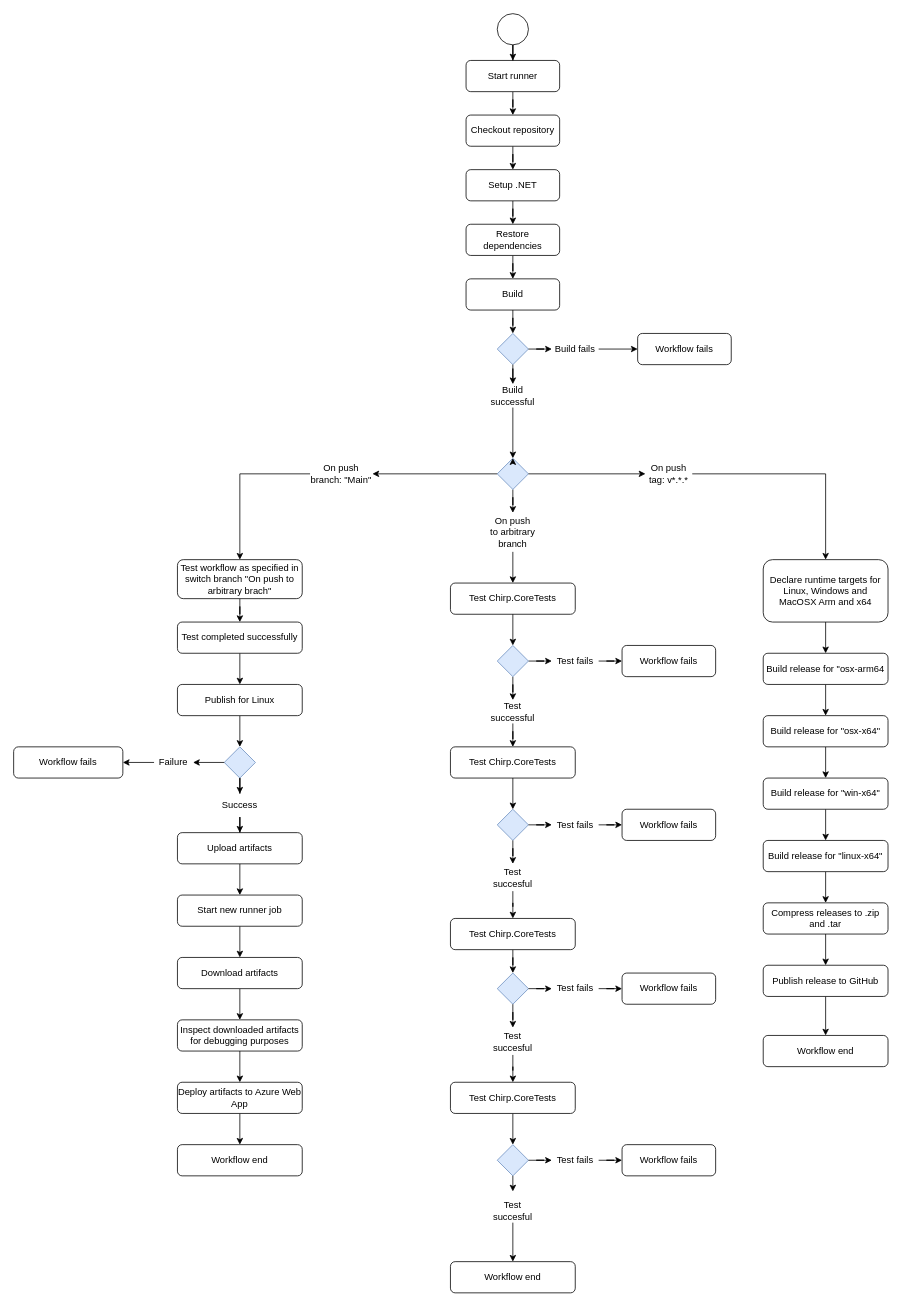
Before: docs/diagrams/WorkflowDiagram.drawio in ITU-BDSA-GROUP-20/Chirp, a draw.io diagram. Source tidied: cells renumbered, new cells numbered last; positions are measured from the earlier drawing's top-left corner, leaving out a move shared by most shapes. Both pictures are drawn from the tidied source at 78%, with x=0, y=0 at pixel (13, 13).
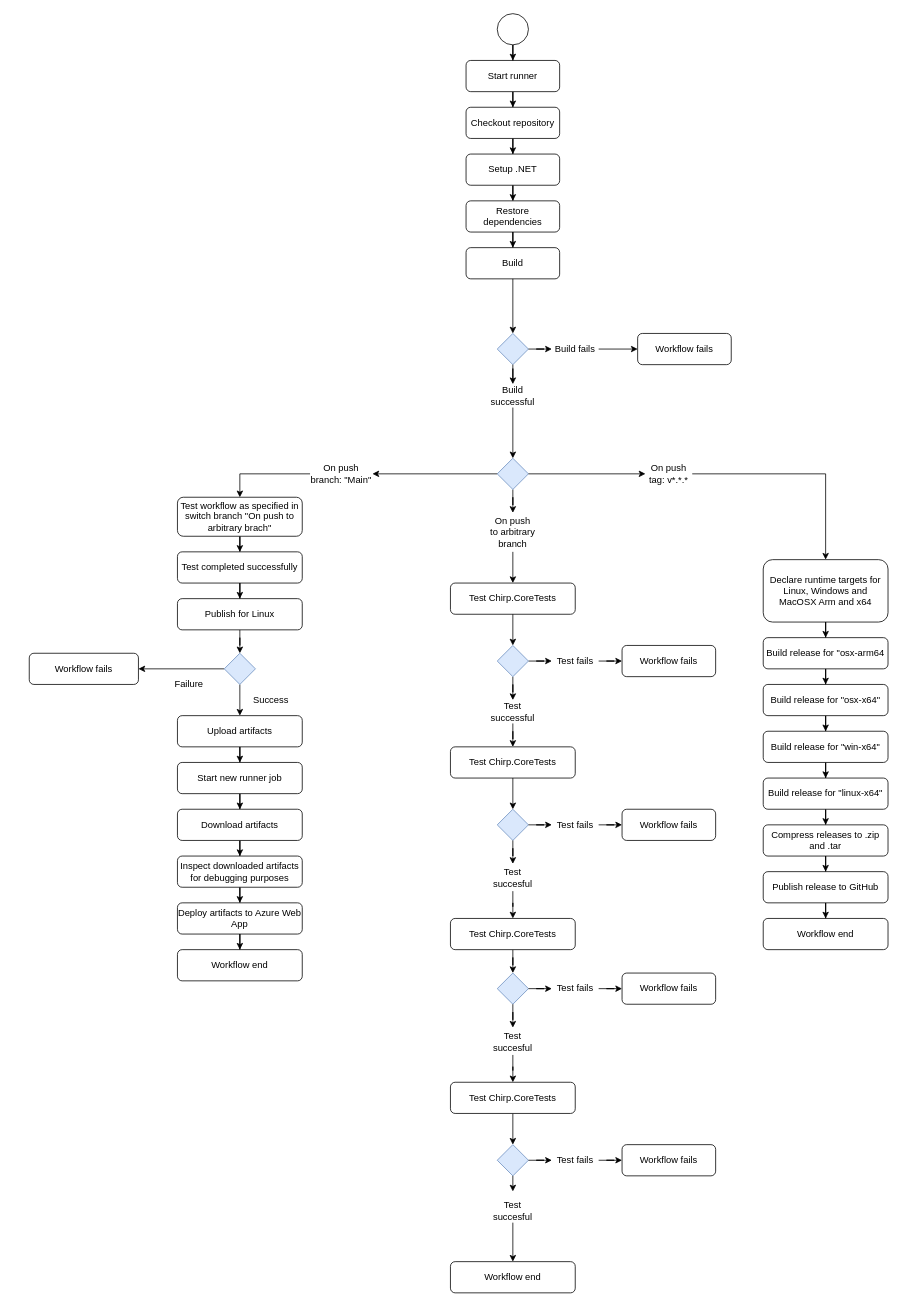
The same diagram, later.

The change refers to these unchanged cells:
```xml
<mxCell id="7" style="rhombus;whiteSpace=wrap;html=1;fillColor=#dae8fc;strokeColor=#6c8ebf;flipV=0;" parent="1" vertex="1">
  <mxGeometry x="620" y="570" width="40" height="40" as="geometry" />
</mxCell>
```

What changed in the source:
```diff
@@
     <mxCell id="17" value="Checkout repository" style="rounded=1;whiteSpace=wrap;html=1;fontSize=12;glass=0;strokeWidth=1;shadow=0;flipV=0;" parent="1" vertex="1">
-      <mxGeometry x="580" y="130" width="120" height="40" as="geometry" />
+      <mxGeometry x="580" y="120" width="120" height="40" as="geometry" />
     </mxCell>
@@
     <mxCell id="19" value="Setup .NET" style="rounded=1;whiteSpace=wrap;html=1;fontSize=12;glass=0;strokeWidth=1;shadow=0;flipV=0;" parent="1" vertex="1">
-      <mxGeometry x="580" y="200" width="120" height="40" as="geometry" />
+      <mxGeometry x="580" y="180" width="120" height="40" as="geometry" />
     </mxCell>
@@
     <mxCell id="21" value="Restore dependencies" style="rounded=1;whiteSpace=wrap;html=1;fontSize=12;glass=0;strokeWidth=1;shadow=0;flipV=0;" parent="1" vertex="1">
-      <mxGeometry x="580" y="270" width="120" height="40" as="geometry" />
+      <mxGeometry x="580" y="240" width="120" height="40" as="geometry" />
     </mxCell>
     <mxCell id="22" value="Build" style="rounded=1;whiteSpace=wrap;html=1;fontSize=12;glass=0;strokeWidth=1;shadow=0;flipV=0;" parent="1" vertex="1">
-      <mxGeometry x="580" y="340" width="120" height="40" as="geometry" />
+      <mxGeometry x="580" y="300" width="120" height="40" as="geometry" />
     </mxCell>
@@
     <mxCell id="26" value="Build release for &quot;osx-arm64" style="rounded=1;whiteSpace=wrap;html=1;fontSize=12;glass=0;strokeWidth=1;shadow=0;flipV=0;" parent="1" vertex="1">
-      <mxGeometry x="961" y="820" width="160" height="40" as="geometry" />
+      <mxGeometry x="961" y="800" width="160" height="40" as="geometry" />
     </mxCell>
@@
     <mxCell id="28" value="Build release for &quot;osx-x64&quot;" style="rounded=1;whiteSpace=wrap;html=1;fontSize=12;glass=0;strokeWidth=1;shadow=0;flipV=0;" parent="1" vertex="1">
-      <mxGeometry x="961" y="900" width="160" height="40" as="geometry" />
+      <mxGeometry x="961" y="860" width="160" height="40" as="geometry" />
     </mxCell>
@@
     <mxCell id="30" value="Build release for &quot;win-x64&quot;" style="rounded=1;whiteSpace=wrap;html=1;fontSize=12;glass=0;strokeWidth=1;shadow=0;flipV=0;" parent="1" vertex="1">
-      <mxGeometry x="961" y="980" width="160" height="40" as="geometry" />
+      <mxGeometry x="961" y="920" width="160" height="40" as="geometry" />
     </mxCell>
@@
     <mxCell id="32" value="Build release for &quot;linux-x64&quot;" style="rounded=1;whiteSpace=wrap;html=1;fontSize=12;glass=0;strokeWidth=1;shadow=0;flipV=0;" parent="1" vertex="1">
-      <mxGeometry x="961" y="1060" width="160" height="40" as="geometry" />
+      <mxGeometry x="961" y="980" width="160" height="40" as="geometry" />
     </mxCell>
@@
     <mxCell id="34" value="Compress releases to .zip and .tar" style="rounded=1;whiteSpace=wrap;html=1;fontSize=12;glass=0;strokeWidth=1;shadow=0;flipV=0;" parent="1" vertex="1">
-      <mxGeometry x="961" y="1140" width="160" height="40" as="geometry" />
+      <mxGeometry x="961" y="1040" width="160" height="40" as="geometry" />
     </mxCell>
@@
-    <mxCell id="37" style="edgeStyle=orthogonalEdgeStyle;rounded=0;jettySize=auto;html=1;entryX=0.5;entryY=0;entryDx=0;entryDy=0;" parent="1" edge="1" target="7">
-      <mxGeometry relative="1" as="geometry">
-        <mxPoint x="640" y="574" as="sourcePoint" />
-      </mxGeometry>
-    </mxCell>
@@
     <mxCell id="46" value="Publish release to GitHub" style="rounded=1;whiteSpace=wrap;html=1;fontSize=12;glass=0;strokeWidth=1;shadow=0;flipV=0;" parent="1" vertex="1">
-      <mxGeometry x="961" y="1220" width="160" height="40" as="geometry" />
+      <mxGeometry x="961" y="1100" width="160" height="40" as="geometry" />
     </mxCell>
@@
     <mxCell id="77" value="Test workflow as specified in switch branch &quot;On push to arbitrary brach&quot;" style="rounded=1;whiteSpace=wrap;html=1;fontSize=12;glass=0;strokeWidth=1;shadow=0;flipV=0;" parent="1" vertex="1">
-      <mxGeometry x="210" y="700" width="160" height="50" as="geometry" />
+      <mxGeometry x="210" y="620" width="160" height="50" as="geometry" />
     </mxCell>
@@
     <mxCell id="79" value="Test completed successfully" style="rounded=1;whiteSpace=wrap;html=1;fontSize=12;glass=0;strokeWidth=1;shadow=0;flipV=0;" parent="1" vertex="1">
-      <mxGeometry x="210" y="780" width="160" height="40" as="geometry" />
+      <mxGeometry x="210" y="690" width="160" height="40" as="geometry" />
     </mxCell>
@@
     <mxCell id="81" value="Publish for Linux" style="rounded=1;whiteSpace=wrap;html=1;fontSize=12;glass=0;strokeWidth=1;shadow=0;flipV=0;" parent="1" vertex="1">
-      <mxGeometry x="210" y="860" width="160" height="40" as="geometry" />
+      <mxGeometry x="210" y="750" width="160" height="40" as="geometry" />
     </mxCell>
@@
-    <mxCell id="85" style="edgeStyle=orthogonalEdgeStyle;rounded=0;jettySize=auto;html=1;entryX=1;entryY=0.5;entryDx=0;entryDy=0;" parent="1" edge="1" source="91" target="89">
-      <mxGeometry relative="1" as="geometry" />
-    </mxCell>
-    <mxCell id="86" style="edgeStyle=orthogonalEdgeStyle;rounded=0;jettySize=auto;html=1;entryX=0.5;entryY=0;entryDx=0;entryDy=0;" parent="1" edge="1" source="94" target="93">
-      <mxGeometry relative="1" as="geometry" />
-    </mxCell>
-    <mxCell id="87" style="edgeStyle=orthogonalEdgeStyle;rounded=0;jettySize=auto;html=1;" parent="1" edge="1" source="88" target="94">
-      <mxGeometry relative="1" as="geometry" />
-    </mxCell>
+    <mxCell id="114" style="edgeStyle=orthogonalEdgeStyle;rounded=0;jettySize=auto;html=1;entryX=0.5;entryY=0;entryDx=0;entryDy=0;" parent="1" edge="1" source="88" target="93">
+      <mxGeometry relative="1" as="geometry" />
+    </mxCell>
+    <mxCell id="115" style="edgeStyle=orthogonalEdgeStyle;rounded=0;jettySize=auto;html=1;entryX=1;entryY=0.5;entryDx=0;entryDy=0;" parent="1" edge="1" source="88" target="89">
+      <mxGeometry relative="1" as="geometry" />
+    </mxCell>
     <mxCell id="88" style="rhombus;whiteSpace=wrap;html=1;fillColor=#dae8fc;strokeColor=#6c8ebf;flipV=0;" parent="1" vertex="1">
-      <mxGeometry x="270" y="940" width="40" height="40" as="geometry" />
+      <mxGeometry x="270" y="820" width="40" height="40" as="geometry" />
     </mxCell>
     <mxCell id="89" value="Workflow fails" style="rounded=1;whiteSpace=wrap;html=1;fontSize=12;glass=0;strokeWidth=1;shadow=0;flipV=0;" parent="1" vertex="1">
-      <mxGeometry y="940" width="140" height="40" as="geometry" />
+      <mxGeometry x="20" y="820" width="140" height="40" as="geometry" />
     </mxCell>
-    <mxCell id="90" style="edgeStyle=orthogonalEdgeStyle;rounded=0;jettySize=auto;html=1;entryX=1;entryY=0.5;entryDx=0;entryDy=0;" parent="1" edge="1" source="88" target="91">
-      <mxGeometry relative="1" as="geometry" />
-    </mxCell>
     <mxCell id="91" value="Failure" style="text;html=1;strokeColor=none;fillColor=none;align=center;verticalAlign=middle;whiteSpace=wrap;rounded=0;flipV=0;" parent="1" vertex="1">
-      <mxGeometry x="180" y="945" width="50" height="30" as="geometry" />
+      <mxGeometry x="200" y="845" width="50" height="30" as="geometry" />
     </mxCell>
@@
     <mxCell id="93" value="Upload artifacts" style="rounded=1;whiteSpace=wrap;html=1;fontSize=12;glass=0;strokeWidth=1;shadow=0;flipV=0;" parent="1" vertex="1">
-      <mxGeometry x="210" y="1050" width="160" height="40" as="geometry" />
+      <mxGeometry x="210" y="900" width="160" height="40" as="geometry" />
     </mxCell>
     <mxCell id="94" value="Success" style="text;html=1;strokeColor=none;fillColor=none;align=center;verticalAlign=middle;whiteSpace=wrap;rounded=0;flipV=0;" parent="1" vertex="1">
-      <mxGeometry x="260" y="1000" width="60" height="30" as="geometry" />
+      <mxGeometry x="300" y="865" width="60" height="30" as="geometry" />
     </mxCell>
@@
     <mxCell id="96" value="Start new runner job" style="rounded=1;whiteSpace=wrap;html=1;fontSize=12;glass=0;strokeWidth=1;shadow=0;flipV=0;" parent="1" vertex="1">
-      <mxGeometry x="210" y="1130" width="160" height="40" as="geometry" />
+      <mxGeometry x="210" y="960" width="160" height="40" as="geometry" />
     </mxCell>
@@
     <mxCell id="98" value="Download artifacts" style="rounded=1;whiteSpace=wrap;html=1;fontSize=12;glass=0;strokeWidth=1;shadow=0;flipV=0;" parent="1" vertex="1">
-      <mxGeometry x="210" y="1210" width="160" height="40" as="geometry" />
+      <mxGeometry x="210" y="1020" width="160" height="40" as="geometry" />
     </mxCell>
@@
     <mxCell id="100" value="Inspect downloaded artifacts for debugging purposes" style="rounded=1;whiteSpace=wrap;html=1;fontSize=12;glass=0;strokeWidth=1;shadow=0;flipV=0;" parent="1" vertex="1">
-      <mxGeometry x="210" y="1290" width="160" height="40" as="geometry" />
+      <mxGeometry x="210" y="1080" width="160" height="40" as="geometry" />
     </mxCell>
@@
     <mxCell id="102" value="Deploy artifacts to Azure Web App" style="rounded=1;whiteSpace=wrap;html=1;fontSize=12;glass=0;strokeWidth=1;shadow=0;flipV=0;" parent="1" vertex="1">
-      <mxGeometry x="210" y="1370" width="160" height="40" as="geometry" />
+      <mxGeometry x="210" y="1140" width="160" height="40" as="geometry" />
     </mxCell>
@@
     <mxCell id="112" value="Workflow end" style="rounded=1;whiteSpace=wrap;html=1;fontSize=12;glass=0;strokeWidth=1;shadow=0;flipV=0;" parent="1" vertex="1">
-      <mxGeometry x="961" y="1310" width="160" height="40" as="geometry" />
+      <mxGeometry x="961" y="1160" width="160" height="40" as="geometry" />
     </mxCell>
     <mxCell id="113" value="Workflow end" style="rounded=1;whiteSpace=wrap;html=1;fontSize=12;glass=0;strokeWidth=1;shadow=0;flipV=0;" parent="1" vertex="1">
-      <mxGeometry x="210" y="1450" width="160" height="40" as="geometry" />
+      <mxGeometry x="210" y="1200" width="160" height="40" as="geometry" />
     </mxCell>
```
